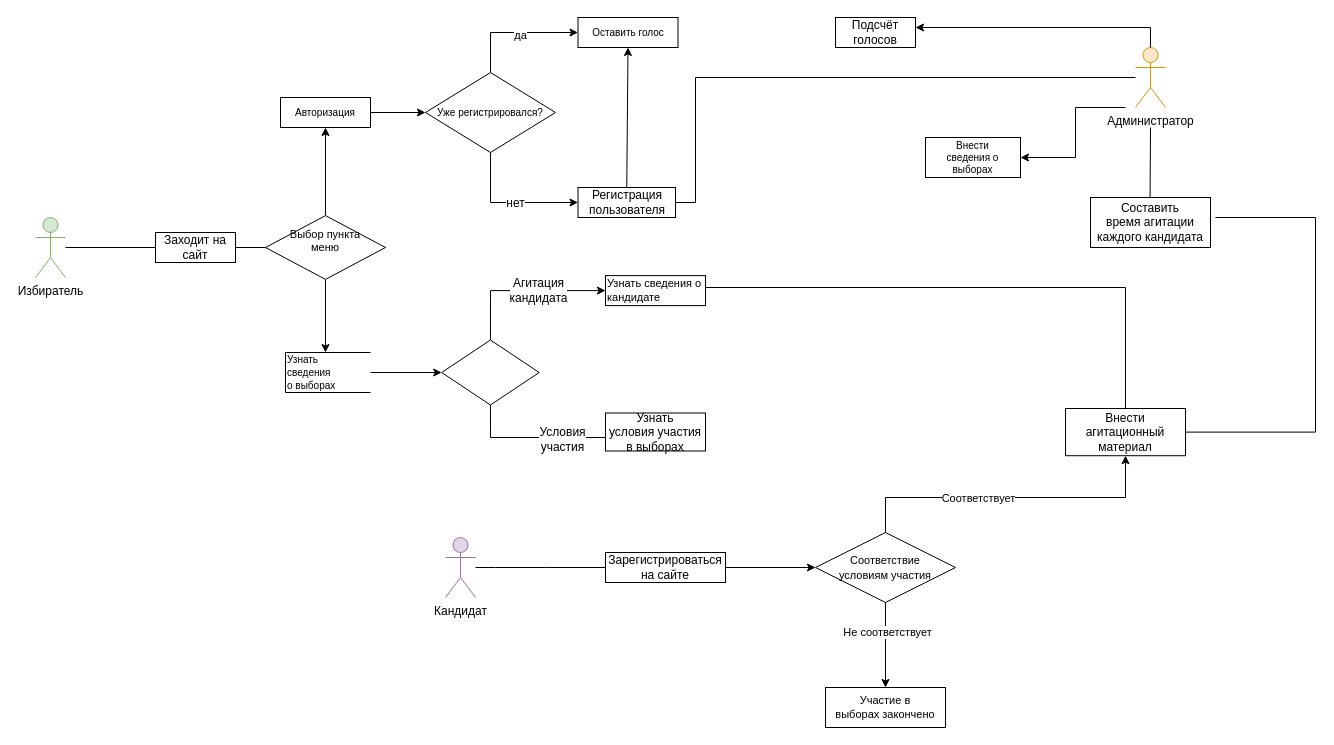
Above: DFD Diagram v.2.0 .drawio in aleksey899/Inter.MixAN (draw.io), before the change. Source tidied: cells renumbered, new cells numbered last; positions are measured from the earlier drawing's top-left corner, leaving out a move shared by most shapes. Both pictures are drawn from the tidied source at 100%, with x=0, y=0 at pixel (35, 17).
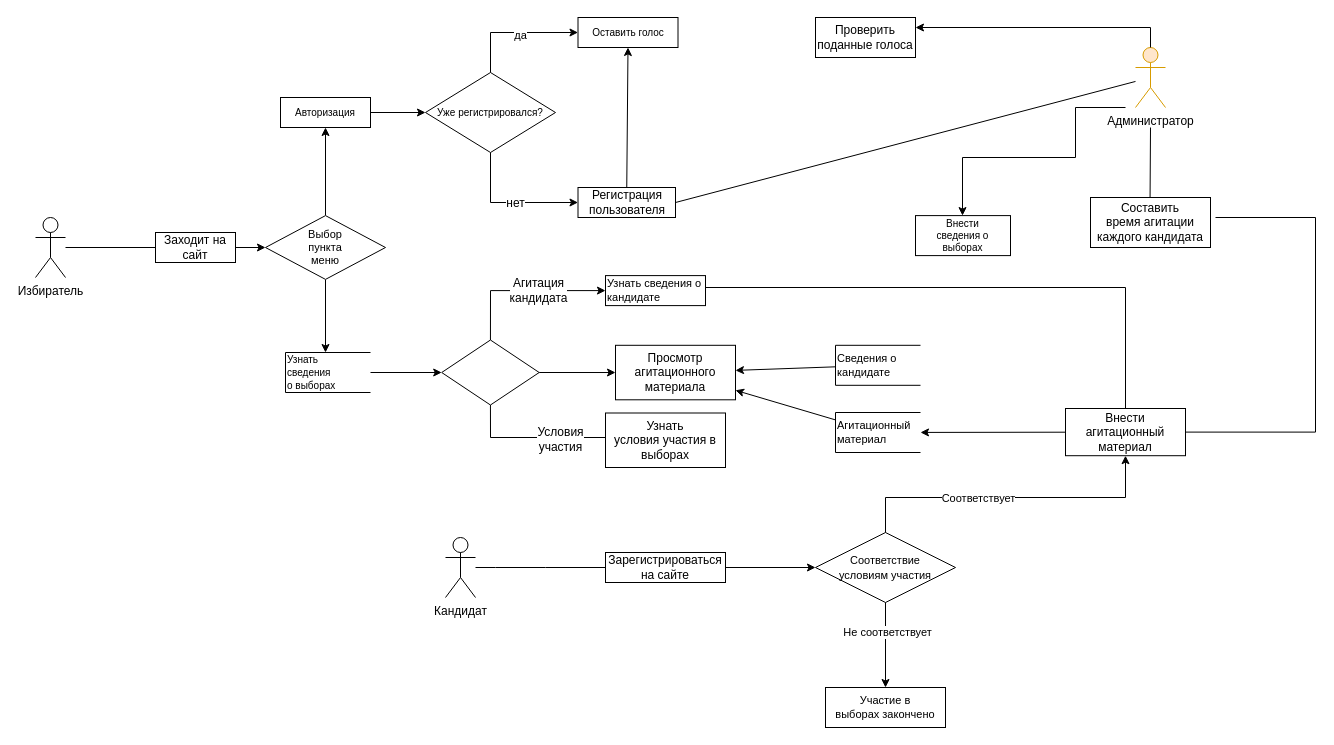
The same diagram, later.

The change refers to these unchanged cells:
```xml
<mxCell id="4" value="Администратор" style="shape=umlActor;verticalLabelPosition=bottom;verticalAlign=top;html=1;outlineConnect=0;hachureGap=4;fillColor=#ffe6cc;strokeColor=#d79b00;" parent="1" vertex="1">
  <mxGeometry x="1100" y="30" width="30" height="60" as="geometry" />
</mxCell>
<mxCell id="7" value="Заходит на сайт" style="rounded=0;whiteSpace=wrap;html=1;" parent="1" vertex="1">
  <mxGeometry x="120" y="215" width="80" height="30" as="geometry" />
</mxCell>
<mxCell id="21" value="&lt;font&gt;Регистрация&lt;br&gt;&lt;/font&gt;&lt;font&gt;пользователя&lt;/font&gt;" style="rounded=0;whiteSpace=wrap;html=1;fontSize=12;strokeWidth=1;" parent="1" vertex="1">
  <mxGeometry x="542.5" y="170" width="97.5" height="30" as="geometry" />
</mxCell>
<mxCell id="27" style="rhombus;whiteSpace=wrap;html=1;rounded=0;fontSize=11;align=left;strokeWidth=1;" parent="1" vertex="1">
  <mxGeometry x="406.2" y="322.5" width="97.5" height="65" as="geometry" />
</mxCell>
<mxCell id="39" value="Внести агитационный&lt;br&gt;&lt;font&gt;материал&lt;/font&gt;" style="rounded=0;whiteSpace=wrap;html=1;fontSize=12;strokeWidth=1;" parent="1" vertex="1">
  <mxGeometry x="1030" y="391" width="120" height="47.2" as="geometry" />
</mxCell>
```

Diff of the diagram source:
```diff
@@
-    <mxCell id="3" value="Избиратель" style="shape=umlActor;verticalLabelPosition=bottom;verticalAlign=top;html=1;hachureGap=4;fillColor=#d5e8d4;strokeColor=#82b366;" parent="1" vertex="1">
+    <mxCell id="3" value="Избиратель" style="shape=umlActor;verticalLabelPosition=bottom;verticalAlign=top;html=1;hachureGap=4;" parent="1" vertex="1">
       <mxGeometry y="200" width="30" height="60" as="geometry" />
     </mxCell>
@@
-    <mxCell id="5" value="Кандидат" style="shape=umlActor;verticalLabelPosition=bottom;verticalAlign=top;html=1;outlineConnect=0;hachureGap=4;fillColor=#e1d5e7;strokeColor=#9673a6;" parent="1" vertex="1">
+    <mxCell id="5" value="Кандидат" style="shape=umlActor;verticalLabelPosition=bottom;verticalAlign=top;html=1;outlineConnect=0;hachureGap=4;" parent="1" vertex="1">
       <mxGeometry x="410" y="520" width="30" height="60" as="geometry" />
     </mxCell>
-    <mxCell id="6" style="edgeStyle=none;rounded=0;jettySize=auto;html=1;exitX=1;exitY=0.5;exitDx=0;exitDy=0;entryX=0;entryY=0.5;entryDx=0;entryDy=0;fontSize=10;endArrow=none;endFill=0;" parent="1" edge="1" source="7">
+    <mxCell id="6" style="edgeStyle=none;rounded=0;jettySize=auto;html=1;exitX=1;exitY=0.5;exitDx=0;exitDy=0;entryX=0;entryY=0.5;entryDx=0;entryDy=0;fontSize=10;endArrow=classic;endFill=1;" parent="1" edge="1" source="7">
       <mxGeometry relative="1" as="geometry">
         <mxPoint x="230" y="230" as="targetPoint" />
       </mxGeometry>
     </mxCell>
@@
-    <mxCell id="10" value="&lt;font style=&quot;font-size: 11px&quot;&gt;Выбор пункта &lt;br&gt;&lt;font style=&quot;font-size: 11px&quot;&gt;меню&lt;/font&gt; &lt;font style=&quot;font-size: 11px&quot;&gt; &lt;br&gt; &lt;br&gt; &lt;/font&gt;&lt;/font&gt;" style="strokeWidth=1;html=1;shape=mxgraph.flowchart.decision;whiteSpace=wrap;fontSize=10;" parent="1" vertex="1">
+    <mxCell id="10" value="&lt;font style=&quot;font-size: 11px&quot;&gt;Выбор &lt;br&gt;пункта &lt;br&gt;&lt;font style=&quot;font-size: 11px&quot;&gt;меню&lt;/font&gt;&lt;font style=&quot;font-size: 11px&quot;&gt; &lt;br&gt; &lt;/font&gt;&lt;/font&gt;" style="strokeWidth=1;html=1;shape=mxgraph.flowchart.decision;whiteSpace=wrap;fontSize=10;" parent="1" vertex="1">
       <mxGeometry x="230" y="198.1" width="120" height="63.8" as="geometry" />
     </mxCell>
@@
     <mxCell id="16" value="Внести&lt;br&gt;&lt;font&gt;сведения&amp;nbsp;&lt;/font&gt;&lt;font&gt;о выборах&lt;/font&gt;" style="whiteSpace=wrap;html=1;fontSize=10;strokeWidth=1;" parent="1" vertex="1">
-      <mxGeometry x="890" y="120" width="95" height="40" as="geometry" />
+      <mxGeometry x="880" y="198.1" width="95" height="40" as="geometry" />
     </mxCell>
@@
-    <mxCell id="24" value="Подсчёт голосов" style="rounded=0;whiteSpace=wrap;html=1;fontSize=12;strokeWidth=1;" parent="1" vertex="1">
-      <mxGeometry x="800" width="80" height="30" as="geometry" />
+    <mxCell id="24" value="Проверить поданные голоса" style="rounded=0;whiteSpace=wrap;html=1;fontSize=12;strokeWidth=1;" parent="1" vertex="1">
+      <mxGeometry x="780" width="100" height="40" as="geometry" />
     </mxCell>
@@
+    <mxCell id="50" style="edgeStyle=none;rounded=0;jettySize=auto;html=1;endArrow=classic;endFill=1;" parent="1" edge="1" source="27" target="54">
+      <mxGeometry relative="1" as="geometry" />
+    </mxCell>
@@
     <mxCell id="34" value="Узнать&lt;br&gt;условия&amp;nbsp;&lt;font&gt;участия в выборах&lt;/font&gt;" style="rounded=0;whiteSpace=wrap;html=1;fontSize=12;strokeWidth=1;" parent="1" vertex="1">
-      <mxGeometry x="570" y="395.5" width="100" height="38" as="geometry" />
+      <mxGeometry x="570" y="395.5" width="120" height="54.5" as="geometry" />
     </mxCell>
@@
-    <mxCell id="37" style="endArrow=none;html=1;rounded=0;fontSize=12;edgeStyle=orthogonalEdgeStyle;elbow=vertical;exitX=1;exitY=0.5;exitDx=0;exitDy=0;" parent="1" edge="1" source="21" target="4">
-      <mxGeometry relative="1" as="geometry">
-        <Array as="points">
-          <mxPoint x="660" y="185" />
-          <mxPoint x="660" y="60" />
-        </Array>
-      </mxGeometry>
+    <mxCell id="37" style="endArrow=none;html=1;rounded=0;fontSize=12;elbow=vertical;exitX=1;exitY=0.5;exitDx=0;exitDy=0;" parent="1" edge="1" source="21" target="4">
+      <mxGeometry relative="1" as="geometry" />
     </mxCell>
@@
+    <mxCell id="51" style="edgeStyle=none;rounded=0;jettySize=auto;html=1;endArrow=classic;endFill=1;" parent="1" edge="1" source="39" target="53">
+      <mxGeometry relative="1" as="geometry" />
+    </mxCell>
@@
-    <mxCell id="41" style="endArrow=classic;html=1;rounded=0;fontSize=12;elbow=vertical;edgeStyle=orthogonalEdgeStyle;entryX=1;entryY=0.5;entryDx=0;entryDy=0;" parent="1" edge="1" target="16">
+    <mxCell id="41" style="endArrow=classic;html=1;rounded=0;fontSize=12;elbow=vertical;edgeStyle=orthogonalEdgeStyle;" parent="1" edge="1" target="16">
       <mxGeometry relative="1" as="geometry">
         <mxPoint x="1090" y="90" as="sourcePoint" />
         <Array as="points">
           <mxPoint x="1040" y="90" />
           <mxPoint x="1040" y="140" />
+          <mxPoint x="927" y="140" />
         </Array>
       </mxGeometry>
     </mxCell>
@@
+    <mxCell id="52" style="edgeStyle=none;rounded=0;jettySize=auto;html=1;endArrow=classic;endFill=1;" parent="1" edge="1" source="53" target="54">
+      <mxGeometry relative="1" as="geometry" />
+    </mxCell>
+    <mxCell id="53" value="Агитационный&lt;br&gt;материал" style="strokeWidth=1;html=1;shape=mxgraph.flowchart.annotation_1;align=left;rounded=0;fontSize=11;" parent="1" vertex="1">
+      <mxGeometry x="800" y="395" width="85" height="40" as="geometry" />
+    </mxCell>
+    <mxCell id="54" value="Просмотр агитационного материала" style="rounded=0;whiteSpace=wrap;html=1;fontSize=12;strokeWidth=1;" parent="1" vertex="1">
+      <mxGeometry x="580" y="327.8" width="120" height="54.5" as="geometry" />
+    </mxCell>
+    <mxCell id="55" style="edgeStyle=none;rounded=0;jettySize=auto;html=1;endArrow=classic;endFill=1;" parent="1" edge="1" source="56" target="54">
+      <mxGeometry relative="1" as="geometry" />
+    </mxCell>
+    <mxCell id="56" value="Сведения о &lt;br&gt;кандидате" style="strokeWidth=1;html=1;shape=mxgraph.flowchart.annotation_1;align=left;rounded=0;fontSize=11;" parent="1" vertex="1">
+      <mxGeometry x="800" y="327.8" width="85" height="40" as="geometry" />
+    </mxCell>
```
